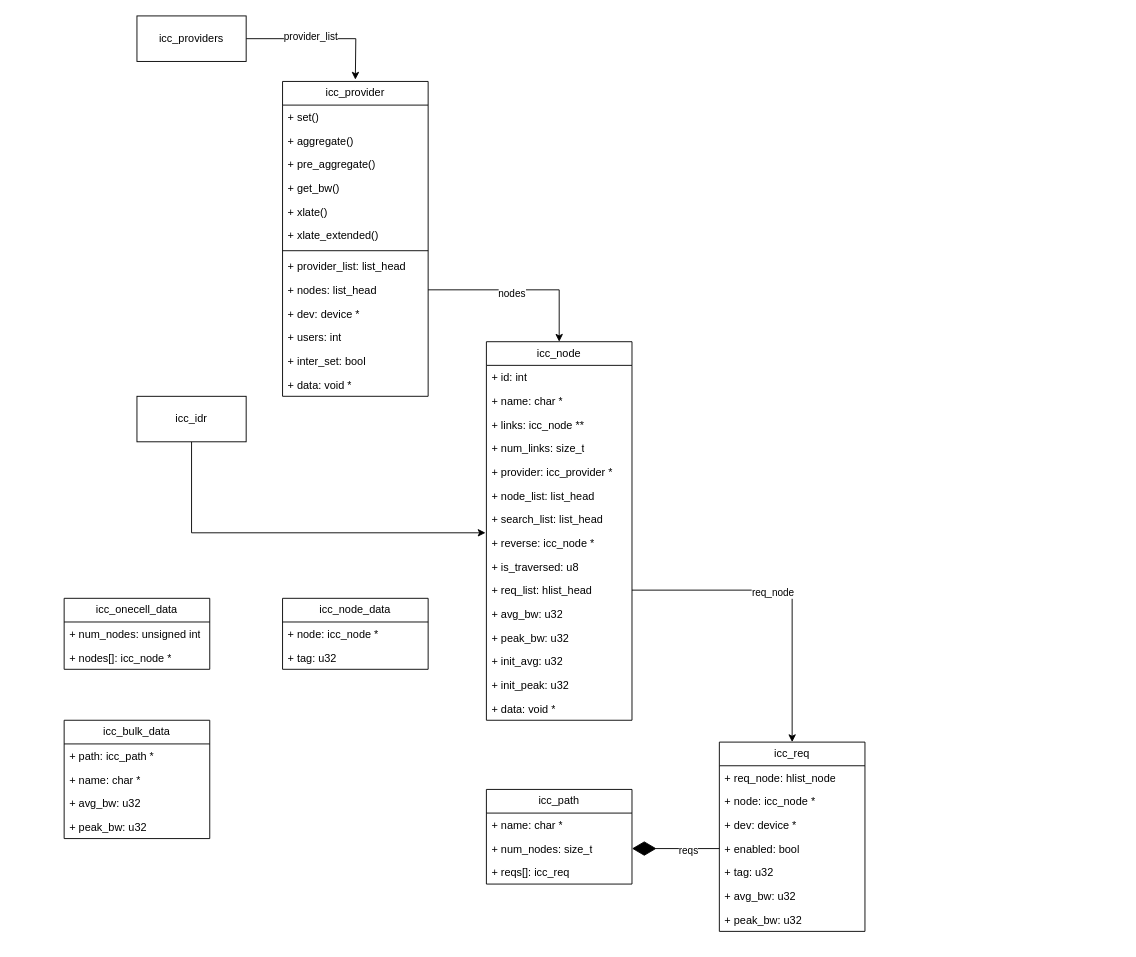
Above: Interconnect.drawio in Kaling1203/Diagram (draw.io), before the change. Source tidied: cells renumbered, new cells numbered last; positions are measured from the earlier drawing's top-left corner, leaving out a move shared by most shapes. Both pictures are drawn from the tidied source at 91%, with x=0, y=0 at pixel (64, 15).
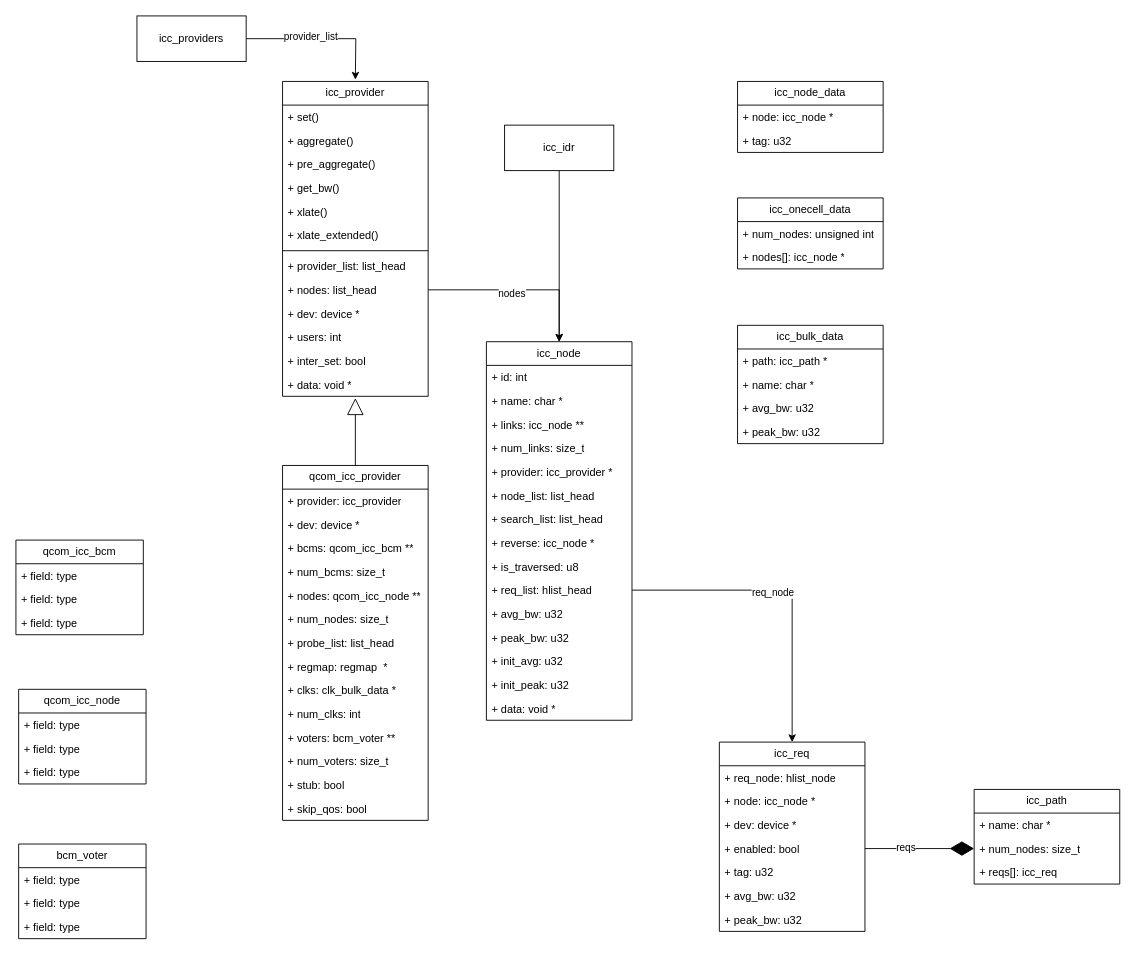
After the change.

The change refers to these unchanged cells:
```xml
<mxCell id="6" value="+ enabled: bool" style="text;strokeColor=none;fillColor=none;align=left;verticalAlign=top;spacingLeft=4;spacingRight=4;overflow=hidden;points=[[0,0.5],[1,0.5]];portConstraint=eastwest;whiteSpace=wrap;html=1;" parent="2" vertex="1">
  <mxGeometry y="104" width="160" height="26" as="geometry" />
</mxCell>
<mxCell id="12" value="+ num_nodes: size_t" style="text;strokeColor=none;fillColor=none;align=left;verticalAlign=top;spacingLeft=4;spacingRight=4;overflow=hidden;points=[[0,0.5],[1,0.5]];portConstraint=eastwest;whiteSpace=wrap;html=1;" parent="10" vertex="1">
  <mxGeometry y="52" width="160" height="26" as="geometry" />
</mxCell>
<mxCell id="42" value="icc_node" style="swimlane;fontStyle=0;horizontal=1;startSize=26;fillColor=none;whiteSpace=wrap;html=1;" parent="1" vertex="1">
  <mxGeometry x="464" y="358" width="160" height="416" as="geometry" />
</mxCell>
<mxCell id="50" value="+ reverse: icc_node *" style="text;strokeColor=none;fillColor=none;align=left;verticalAlign=top;spacingLeft=4;spacingRight=4;overflow=hidden;points=[[0,0.5],[1,0.5]];portConstraint=eastwest;whiteSpace=wrap;html=1;" parent="42" vertex="1">
  <mxGeometry y="208" width="160" height="26" as="geometry" />
</mxCell>
```

Change to the diagram source:
```diff
@@
     <mxCell id="10" value="icc_path" style="swimlane;fontStyle=0;horizontal=1;startSize=26;fillColor=none;whiteSpace=wrap;html=1;" parent="1" vertex="1">
-      <mxGeometry x="464" y="850" width="160" height="104" as="geometry" />
+      <mxGeometry x="1000" y="850" width="160" height="104" as="geometry" />
     </mxCell>
@@
     <mxCell id="14" value="icc_bulk_data" style="swimlane;fontStyle=0;horizontal=1;startSize=26;fillColor=none;whiteSpace=wrap;html=1;" parent="1" vertex="1">
-      <mxGeometry y="774" width="160" height="130" as="geometry" />
+      <mxGeometry x="740" y="340" width="160" height="130" as="geometry" />
     </mxCell>
@@
     <mxCell id="19" value="icc_node_data" style="swimlane;fontStyle=0;horizontal=1;startSize=26;fillColor=none;whiteSpace=wrap;html=1;" parent="1" vertex="1">
-      <mxGeometry x="240" y="640" width="160" height="78" as="geometry" />
+      <mxGeometry x="740" y="72" width="160" height="78" as="geometry" />
     </mxCell>
@@
     <mxCell id="22" value="icc_onecell_data" style="swimlane;fontStyle=0;horizontal=1;startSize=26;fillColor=none;whiteSpace=wrap;html=1;" parent="1" vertex="1">
-      <mxGeometry y="640" width="160" height="78" as="geometry" />
+      <mxGeometry x="740" y="200" width="160" height="78" as="geometry" />
     </mxCell>
@@
-    <mxCell id="62" style="edgeStyle=orthogonalEdgeStyle;rounded=0;jettySize=auto;html=1;entryX=-0.006;entryY=0.077;entryDx=0;entryDy=0;entryPerimeter=0;" parent="1" edge="1" source="63" target="50">
+    <mxCell id="62" style="edgeStyle=orthogonalEdgeStyle;rounded=0;jettySize=auto;html=1;entryX=0.5;entryY=0;entryDx=0;entryDy=0;" parent="1" edge="1" source="63" target="42">
       <mxGeometry relative="1" as="geometry" />
     </mxCell>
     <mxCell id="63" value="icc_idr" style="html=1;whiteSpace=wrap;" parent="1" vertex="1">
-      <mxGeometry x="80" y="418" width="120" height="50" as="geometry" />
+      <mxGeometry x="484" y="120" width="120" height="50" as="geometry" />
     </mxCell>
-    <mxCell id="64" style="endArrow=diamondThin;endFill=1;endSize=24;html=1;rounded=0;entryX=1;entryY=0.5;entryDx=0;entryDy=0;exitX=0;exitY=0.5;exitDx=0;exitDy=0;" parent="1" edge="1" source="6" target="12">
+    <mxCell id="64" style="endArrow=diamondThin;endFill=1;endSize=24;html=1;rounded=0;entryX=0;entryY=0.5;entryDx=0;entryDy=0;exitX=1;exitY=0.5;exitDx=0;exitDy=0;" parent="1" edge="1" source="6" target="12">
       <mxGeometry relative="1" as="geometry" />
     </mxCell>
@@
+    <mxCell id="66" value="qcom_icc_provider" style="swimlane;fontStyle=0;horizontal=1;startSize=26;fillColor=none;whiteSpace=wrap;html=1;" parent="1" vertex="1">
+      <mxGeometry x="240" y="494" width="160" height="390" as="geometry" />
+    </mxCell>
+    <mxCell id="67" value="+ provider: icc_provider" style="text;strokeColor=none;fillColor=none;align=left;verticalAlign=top;spacingLeft=4;spacingRight=4;overflow=hidden;whiteSpace=wrap;html=1;" parent="66" vertex="1">
+      <mxGeometry y="26" width="160" height="26" as="geometry" />
+    </mxCell>
+    <mxCell id="68" value="+ dev: device *" style="text;strokeColor=none;fillColor=none;align=left;verticalAlign=top;spacingLeft=4;spacingRight=4;overflow=hidden;whiteSpace=wrap;html=1;" parent="66" vertex="1">
+      <mxGeometry y="52" width="160" height="26" as="geometry" />
+    </mxCell>
+    <mxCell id="69" value="+ bcms: qcom_icc_bcm **" style="text;strokeColor=none;fillColor=none;align=left;verticalAlign=top;spacingLeft=4;spacingRight=4;overflow=hidden;whiteSpace=wrap;html=1;" parent="66" vertex="1">
+      <mxGeometry y="78" width="160" height="26" as="geometry" />
+    </mxCell>
+    <mxCell id="70" value="+ num_bcms: size_t" style="text;strokeColor=none;fillColor=none;align=left;verticalAlign=top;spacingLeft=4;spacingRight=4;overflow=hidden;whiteSpace=wrap;html=1;" parent="66" vertex="1">
+      <mxGeometry y="104" width="160" height="26" as="geometry" />
+    </mxCell>
+    <mxCell id="71" value="+ nodes: qcom_icc_node **" style="text;strokeColor=none;fillColor=none;align=left;verticalAlign=top;spacingLeft=4;spacingRight=4;overflow=hidden;whiteSpace=wrap;html=1;" parent="66" vertex="1">
+      <mxGeometry y="130" width="160" height="26" as="geometry" />
+    </mxCell>
+    <mxCell id="72" value="+ num_nodes: size_t" style="text;strokeColor=none;fillColor=none;align=left;verticalAlign=top;spacingLeft=4;spacingRight=4;overflow=hidden;whiteSpace=wrap;html=1;" parent="66" vertex="1">
+      <mxGeometry y="156" width="160" height="26" as="geometry" />
+    </mxCell>
+    <mxCell id="73" value="+ probe_list: list_head" style="text;strokeColor=none;fillColor=none;align=left;verticalAlign=top;spacingLeft=4;spacingRight=4;overflow=hidden;whiteSpace=wrap;html=1;" parent="66" vertex="1">
+      <mxGeometry y="182" width="160" height="26" as="geometry" />
+    </mxCell>
+    <mxCell id="74" value="+ regmap: regmap&amp;nbsp; *" style="text;strokeColor=none;fillColor=none;align=left;verticalAlign=top;spacingLeft=4;spacingRight=4;overflow=hidden;whiteSpace=wrap;html=1;" parent="66" vertex="1">
+      <mxGeometry y="208" width="160" height="26" as="geometry" />
+    </mxCell>
+    <mxCell id="75" value="+ clks: clk_bulk_data *" style="text;strokeColor=none;fillColor=none;align=left;verticalAlign=top;spacingLeft=4;spacingRight=4;overflow=hidden;whiteSpace=wrap;html=1;" parent="66" vertex="1">
+      <mxGeometry y="234" width="160" height="26" as="geometry" />
+    </mxCell>
+    <mxCell id="76" value="+ num_clks: int" style="text;strokeColor=none;fillColor=none;align=left;verticalAlign=top;spacingLeft=4;spacingRight=4;overflow=hidden;whiteSpace=wrap;html=1;" parent="66" vertex="1">
+      <mxGeometry y="260" width="160" height="26" as="geometry" />
+    </mxCell>
+    <mxCell id="77" value="+ voters: bcm_voter **" style="text;strokeColor=none;fillColor=none;align=left;verticalAlign=top;spacingLeft=4;spacingRight=4;overflow=hidden;whiteSpace=wrap;html=1;" parent="66" vertex="1">
+      <mxGeometry y="286" width="160" height="26" as="geometry" />
+    </mxCell>
+    <mxCell id="78" value="+ num_voters: size_t" style="text;strokeColor=none;fillColor=none;align=left;verticalAlign=top;spacingLeft=4;spacingRight=4;overflow=hidden;whiteSpace=wrap;html=1;" parent="66" vertex="1">
+      <mxGeometry y="312" width="160" height="26" as="geometry" />
+    </mxCell>
+    <mxCell id="79" value="+ stub: bool" style="text;strokeColor=none;fillColor=none;align=left;verticalAlign=top;spacingLeft=4;spacingRight=4;overflow=hidden;whiteSpace=wrap;html=1;" parent="66" vertex="1">
+      <mxGeometry y="338" width="160" height="26" as="geometry" />
+    </mxCell>
+    <mxCell id="80" value="+ skip_qos: bool" style="text;strokeColor=none;fillColor=none;align=left;verticalAlign=top;spacingLeft=4;spacingRight=4;overflow=hidden;whiteSpace=wrap;html=1;" parent="66" vertex="1">
+      <mxGeometry y="364" width="160" height="26" as="geometry" />
+    </mxCell>
+    <mxCell id="81" style="endArrow=block;endSize=16;endFill=0;html=1;rounded=0;exitX=0.5;exitY=0;exitDx=0;exitDy=0;" parent="1" edge="1" source="66">
+      <mxGeometry relative="1" as="geometry">
+        <mxPoint x="320" y="420" as="targetPoint" />
+      </mxGeometry>
+    </mxCell>
+    <mxCell id="82" value="qcom_icc_bcm" style="swimlane;fontStyle=0;horizontal=1;startSize=26;fillColor=none;whiteSpace=wrap;html=1;" parent="1" vertex="1">
+      <mxGeometry x="-53" y="576" width="140" height="104" as="geometry" />
+    </mxCell>
+    <mxCell id="83" value="+ field: type" style="text;strokeColor=none;fillColor=none;align=left;verticalAlign=top;spacingLeft=4;spacingRight=4;overflow=hidden;whiteSpace=wrap;html=1;" parent="82" vertex="1">
+      <mxGeometry y="26" width="140" height="26" as="geometry" />
+    </mxCell>
+    <mxCell id="84" value="+ field: type" style="text;strokeColor=none;fillColor=none;align=left;verticalAlign=top;spacingLeft=4;spacingRight=4;overflow=hidden;whiteSpace=wrap;html=1;" parent="82" vertex="1">
+      <mxGeometry y="52" width="140" height="26" as="geometry" />
+    </mxCell>
+    <mxCell id="85" value="+ field: type" style="text;strokeColor=none;fillColor=none;align=left;verticalAlign=top;spacingLeft=4;spacingRight=4;overflow=hidden;whiteSpace=wrap;html=1;" parent="82" vertex="1">
+      <mxGeometry y="78" width="140" height="26" as="geometry" />
+    </mxCell>
+    <mxCell id="86" value="qcom_icc_node" style="swimlane;fontStyle=0;horizontal=1;startSize=26;fillColor=none;whiteSpace=wrap;html=1;" parent="1" vertex="1">
+      <mxGeometry x="-50" y="740" width="140" height="104" as="geometry" />
+    </mxCell>
+    <mxCell id="87" value="+ field: type" style="text;strokeColor=none;fillColor=none;align=left;verticalAlign=top;spacingLeft=4;spacingRight=4;overflow=hidden;whiteSpace=wrap;html=1;" parent="86" vertex="1">
+      <mxGeometry y="26" width="140" height="26" as="geometry" />
+    </mxCell>
+    <mxCell id="88" value="+ field: type" style="text;strokeColor=none;fillColor=none;align=left;verticalAlign=top;spacingLeft=4;spacingRight=4;overflow=hidden;whiteSpace=wrap;html=1;" parent="86" vertex="1">
+      <mxGeometry y="52" width="140" height="26" as="geometry" />
+    </mxCell>
+    <mxCell id="89" value="+ field: type" style="text;strokeColor=none;fillColor=none;align=left;verticalAlign=top;spacingLeft=4;spacingRight=4;overflow=hidden;whiteSpace=wrap;html=1;" parent="86" vertex="1">
+      <mxGeometry y="78" width="140" height="26" as="geometry" />
+    </mxCell>
+    <mxCell id="90" value="bcm_voter" style="swimlane;fontStyle=0;horizontal=1;startSize=26;fillColor=none;whiteSpace=wrap;html=1;" parent="1" vertex="1">
+      <mxGeometry x="-50" y="910" width="140" height="104" as="geometry" />
+    </mxCell>
+    <mxCell id="91" value="+ field: type" style="text;strokeColor=none;fillColor=none;align=left;verticalAlign=top;spacingLeft=4;spacingRight=4;overflow=hidden;whiteSpace=wrap;html=1;" parent="90" vertex="1">
+      <mxGeometry y="26" width="140" height="26" as="geometry" />
+    </mxCell>
+    <mxCell id="92" value="+ field: type" style="text;strokeColor=none;fillColor=none;align=left;verticalAlign=top;spacingLeft=4;spacingRight=4;overflow=hidden;whiteSpace=wrap;html=1;" parent="90" vertex="1">
+      <mxGeometry y="52" width="140" height="26" as="geometry" />
+    </mxCell>
+    <mxCell id="93" value="+ field: type" style="text;strokeColor=none;fillColor=none;align=left;verticalAlign=top;spacingLeft=4;spacingRight=4;overflow=hidden;whiteSpace=wrap;html=1;" parent="90" vertex="1">
+      <mxGeometry y="78" width="140" height="26" as="geometry" />
+    </mxCell>
```
